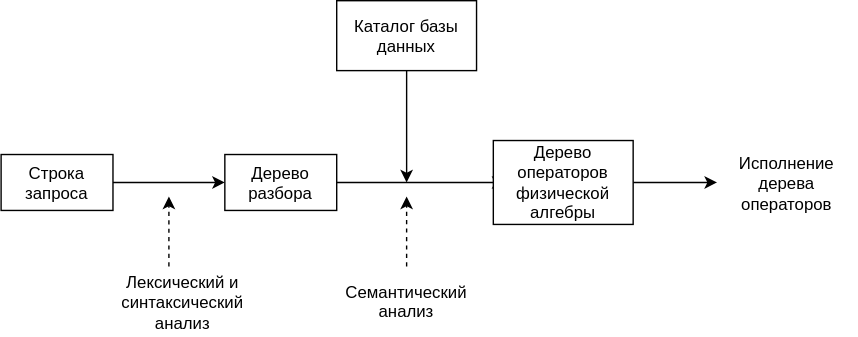
Above: img/PigletQL Structure.svg in vkazanov/sql-interpreters-post (draw.io), before the change. Source tidied: cells renumbered, new cells last; positions are measured from the earlier drawing's top-left corner, leaving out a move shared by most shapes.
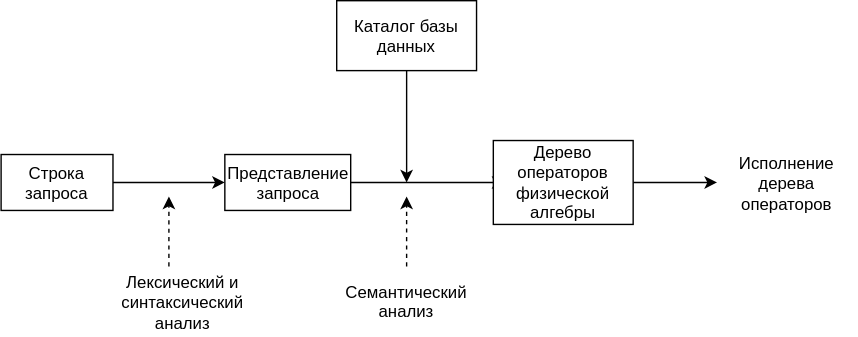
Later version of the same file.

What changed in the source:
```diff
@@ -13,8 +13,8 @@
         <mxPoint x="360" y="130" as="targetPoint" />
       </mxGeometry>
     </mxCell>
-    <mxCell id="5" value="Дерево разбора" style="rounded=0;whiteSpace=wrap;html=1;" parent="1" vertex="1">
-      <mxGeometry x="160" y="110" width="80" height="40" as="geometry" />
+    <mxCell id="5" value="Представление запроса" style="rounded=0;whiteSpace=wrap;html=1;" parent="1" vertex="1">
+      <mxGeometry x="160" y="110" width="90" height="40" as="geometry" />
     </mxCell>
     <mxCell id="6" style="edgeStyle=orthogonalEdgeStyle;rounded=1;comic=0;jettySize=auto;html=1;" parent="1" edge="1" source="7" target="13">
       <mxGeometry relative="1" as="geometry" />
```
